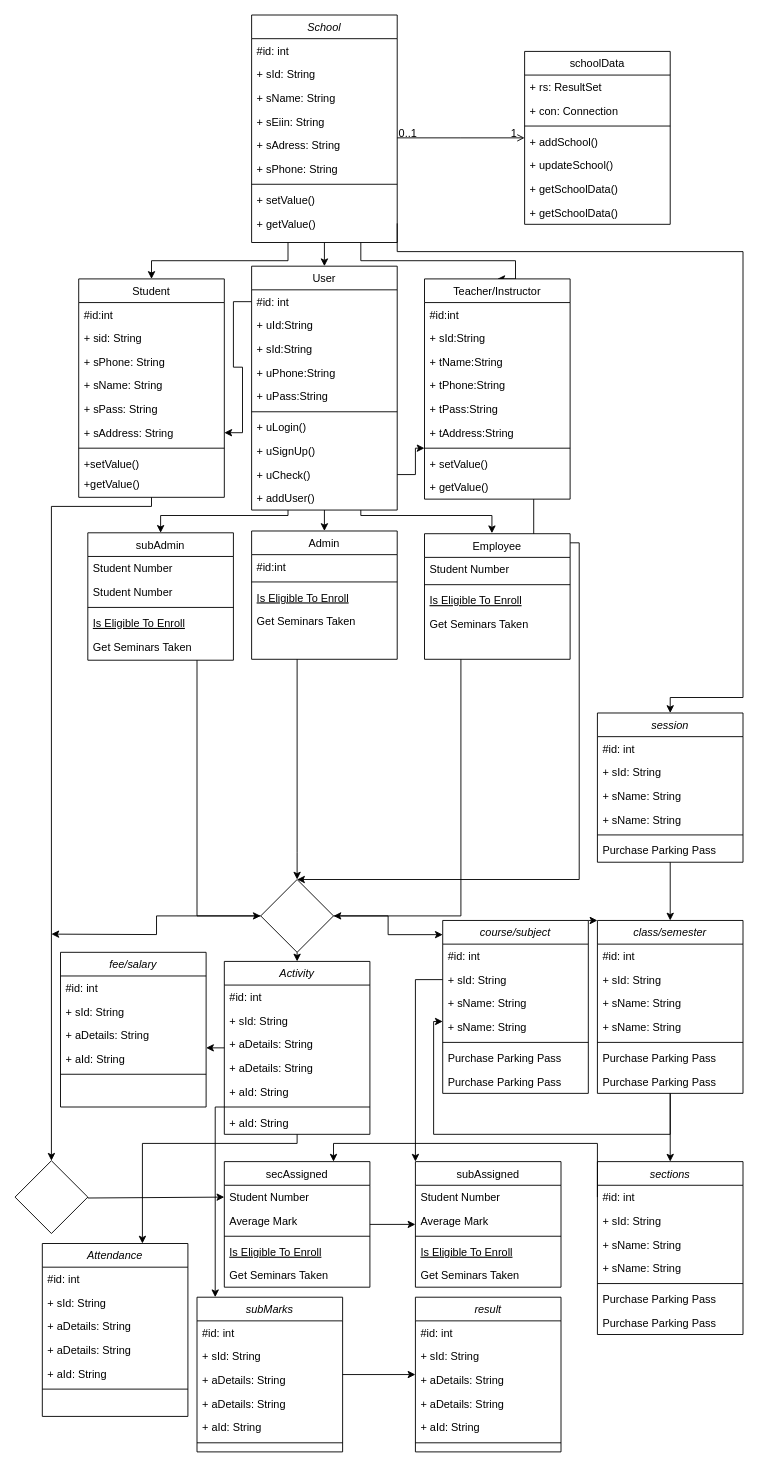
Before: Untitled Diagram.drawio in mffoysal/git-github, a draw.io diagram. Source tidied: cells renumbered, new cells numbered last; positions are measured from the earlier drawing's top-left corner, leaving out a move shared by most shapes. Both pictures are drawn from the tidied source at 91%, with x=0, y=0 at pixel (15, 15).
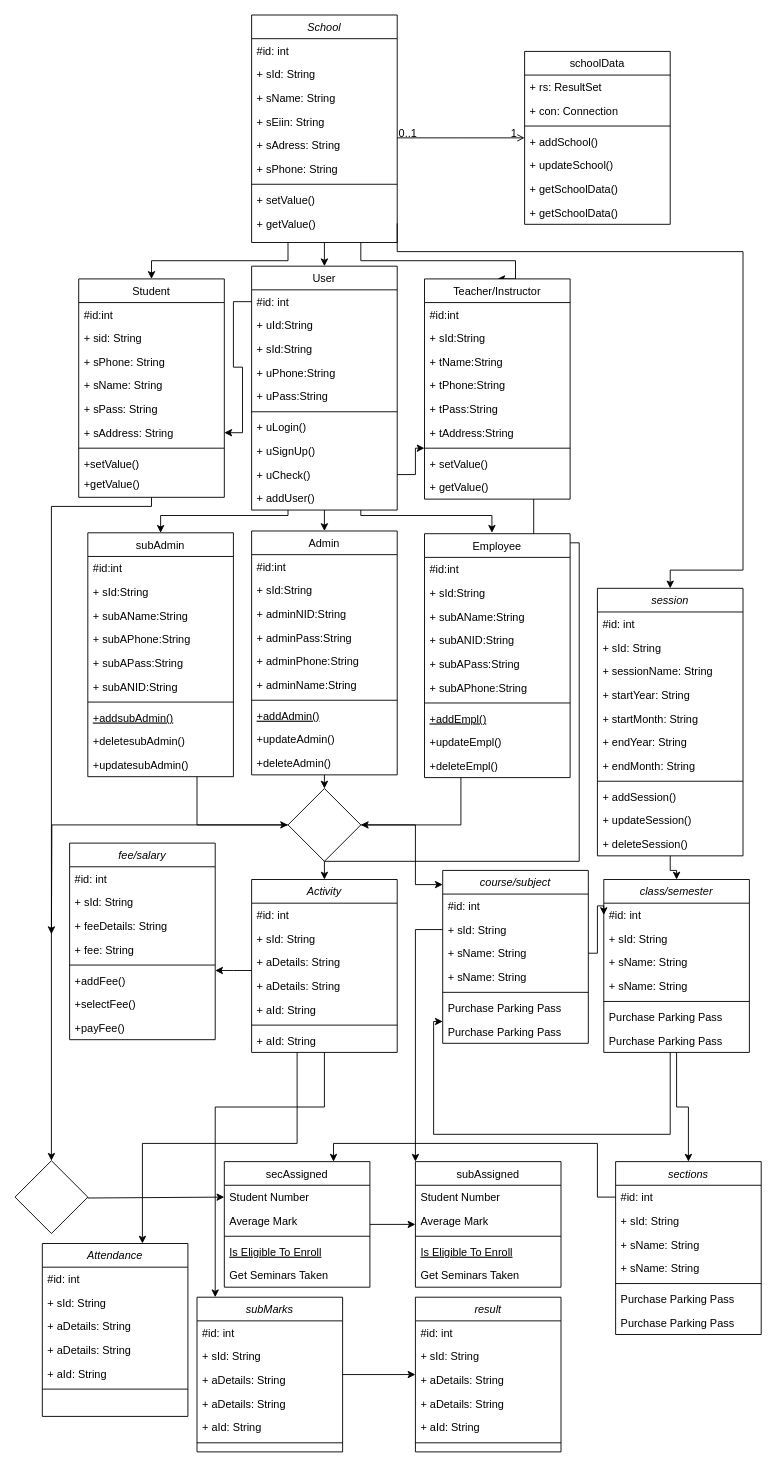
The same diagram, later.

Unchanged cells that the change refers to:
```xml
<mxCell id="14" value="+ getValue()" style="text;align=left;verticalAlign=top;spacingLeft=4;spacingRight=4;overflow=hidden;points=[[0,0.5],[1,0.5]];portConstraint=eastwest;" parent="5" vertex="1">
  <mxGeometry y="216" width="160" height="26" as="geometry" />
</mxCell>
<mxCell id="27" value="Teacher/Instructor" style="swimlane;fontStyle=0;align=center;verticalAlign=top;horizontal=1;startSize=26;rounded=0;shadow=0;strokeWidth=1;" parent="1" vertex="1">
  <mxGeometry x="450" y="290" width="160" height="242" as="geometry" />
</mxCell>
<mxCell id="92" value="#id: int&#10;" style="text;align=left;verticalAlign=top;spacingLeft=4;spacingRight=4;overflow=hidden;points=[[0,0.5],[1,0.5]];portConstraint=eastwest;" parent="91" vertex="1">
  <mxGeometry y="26" width="160" height="26" as="geometry" />
</mxCell>
<mxCell id="103" value="+ sName: String" style="text;align=left;verticalAlign=top;spacingLeft=4;spacingRight=4;overflow=hidden;points=[[0,0.5],[1,0.5]];portConstraint=eastwest;rounded=0;shadow=0;html=0;" parent="100" vertex="1">
  <mxGeometry y="78" width="160" height="26" as="geometry" />
</mxCell>
```

Diff of the diagram source:
```diff
@@
     <mxCell id="26" style="edgeStyle=orthogonalEdgeStyle;rounded=0;jettySize=auto;html=1;exitX=0.75;exitY=1;exitDx=0;exitDy=0;entryX=0.5;entryY=0;entryDx=0;entryDy=0;" parent="1" edge="1" source="27" target="147">
       <mxGeometry relative="1" as="geometry">
         <Array as="points">
           <mxPoint x="570" y="580" />
           <mxPoint x="620" y="580" />
-          <mxPoint x="620" y="950" />
+          <mxPoint x="620" y="930" />
+          <mxPoint x="340" y="930" />
         </Array>
       </mxGeometry>
     </mxCell>
@@
     <mxCell id="63" value="Employee" style="swimlane;fontStyle=0;align=center;verticalAlign=top;horizontal=1;startSize=26;rounded=0;shadow=0;strokeWidth=1;" parent="1" vertex="1">
-      <mxGeometry x="450" y="570" width="160" height="138" as="geometry" />
+      <mxGeometry x="450" y="570" width="160" height="268" as="geometry" />
     </mxCell>
-    <mxCell id="64" value="Student Number" style="text;align=left;verticalAlign=top;spacingLeft=4;spacingRight=4;overflow=hidden;" parent="63" vertex="1">
-      <mxGeometry y="26" width="160" height="26" as="geometry" />
-    </mxCell>
+    <mxCell id="179" value="#id:int" style="text;align=left;verticalAlign=top;spacingLeft=4;spacingRight=4;overflow=hidden;" parent="63" vertex="1">
+      <mxGeometry y="26" width="160" height="26" as="geometry" />
+    </mxCell>
+    <mxCell id="180" value="+ sId:String" style="text;align=left;verticalAlign=top;spacingLeft=4;spacingRight=4;overflow=hidden;" parent="63" vertex="1">
+      <mxGeometry y="52" width="160" height="26" as="geometry" />
+    </mxCell>
+    <mxCell id="181" value="+ subAName:String" style="text;align=left;verticalAlign=top;spacingLeft=4;spacingRight=4;overflow=hidden;" parent="63" vertex="1">
+      <mxGeometry y="78" width="160" height="26" as="geometry" />
+    </mxCell>
+    <mxCell id="182" value="+ subANID:String" style="text;align=left;verticalAlign=top;spacingLeft=4;spacingRight=4;overflow=hidden;" parent="63" vertex="1">
+      <mxGeometry y="104" width="160" height="26" as="geometry" />
+    </mxCell>
+    <mxCell id="183" value="+ subAPass:String" style="text;align=left;verticalAlign=top;spacingLeft=4;spacingRight=4;overflow=hidden;" parent="63" vertex="1">
+      <mxGeometry y="130" width="160" height="26" as="geometry" />
+    </mxCell>
+    <mxCell id="184" value="+ subAPhone:String" style="text;align=left;verticalAlign=top;spacingLeft=4;spacingRight=4;overflow=hidden;" parent="63" vertex="1">
+      <mxGeometry y="156" width="160" height="26" as="geometry" />
+    </mxCell>
     <mxCell id="65" style="line;html=1;strokeWidth=1;align=left;verticalAlign=middle;spacingTop=-1;spacingLeft=3;spacingRight=3;labelPosition=right;" parent="63" vertex="1">
-      <mxGeometry y="52" width="160" height="8" as="geometry" />
+      <mxGeometry y="182" width="160" height="8" as="geometry" />
     </mxCell>
-    <mxCell id="66" value="Is Eligible To Enroll" style="text;align=left;verticalAlign=top;spacingLeft=4;spacingRight=4;overflow=hidden;fontStyle=4;" parent="63" vertex="1">
-      <mxGeometry y="60" width="160" height="26" as="geometry" />
+    <mxCell id="66" value="+addEmpl()" style="text;align=left;verticalAlign=top;spacingLeft=4;spacingRight=4;overflow=hidden;fontStyle=4;" parent="63" vertex="1">
+      <mxGeometry y="190" width="160" height="26" as="geometry" />
     </mxCell>
-    <mxCell id="67" value="Get Seminars Taken" style="text;align=left;verticalAlign=top;spacingLeft=4;spacingRight=4;overflow=hidden;" parent="63" vertex="1">
-      <mxGeometry y="86" width="160" height="26" as="geometry" />
+    <mxCell id="67" value="+updateEmpl()" style="text;align=left;verticalAlign=top;spacingLeft=4;spacingRight=4;overflow=hidden;" parent="63" vertex="1">
+      <mxGeometry y="216" width="160" height="26" as="geometry" />
     </mxCell>
+    <mxCell id="185" value="+deleteEmpl()" style="text;align=left;verticalAlign=top;spacingLeft=4;spacingRight=4;overflow=hidden;" parent="63" vertex="1">
+      <mxGeometry y="242" width="160" height="26" as="geometry" />
+    </mxCell>
@@
     <mxCell id="69" value="subAdmin" style="swimlane;fontStyle=0;align=center;verticalAlign=top;horizontal=1;startSize=26;rounded=0;shadow=0;strokeWidth=1;" parent="1" vertex="1">
-      <mxGeometry x="80" y="569" width="160" height="140" as="geometry" />
+      <mxGeometry x="80" y="569" width="160" height="268" as="geometry" />
     </mxCell>
-    <mxCell id="70" value="Student Number" style="text;align=left;verticalAlign=top;spacingLeft=4;spacingRight=4;overflow=hidden;" parent="69" vertex="1">
+    <mxCell id="70" value="#id:int" style="text;align=left;verticalAlign=top;spacingLeft=4;spacingRight=4;overflow=hidden;" parent="69" vertex="1">
       <mxGeometry y="26" width="160" height="26" as="geometry" />
     </mxCell>
+    <mxCell id="186" value="+ sId:String" style="text;align=left;verticalAlign=top;spacingLeft=4;spacingRight=4;overflow=hidden;" parent="69" vertex="1">
+      <mxGeometry y="52" width="160" height="26" as="geometry" />
+    </mxCell>
+    <mxCell id="187" value="+ subAName:String" style="text;align=left;verticalAlign=top;spacingLeft=4;spacingRight=4;overflow=hidden;" parent="69" vertex="1">
+      <mxGeometry y="78" width="160" height="26" as="geometry" />
+    </mxCell>
+    <mxCell id="188" value="+ subAPhone:String" style="text;align=left;verticalAlign=top;spacingLeft=4;spacingRight=4;overflow=hidden;" parent="69" vertex="1">
+      <mxGeometry y="104" width="160" height="26" as="geometry" />
+    </mxCell>
+    <mxCell id="189" value="+ subAPass:String" style="text;align=left;verticalAlign=top;spacingLeft=4;spacingRight=4;overflow=hidden;" parent="69" vertex="1">
+      <mxGeometry y="130" width="160" height="26" as="geometry" />
+    </mxCell>
-    <mxCell id="71" value="Student Number" style="text;align=left;verticalAlign=top;spacingLeft=4;spacingRight=4;overflow=hidden;" parent="69" vertex="1">
-      <mxGeometry y="52" width="160" height="26" as="geometry" />
+    <mxCell id="71" value="+ subANID:String" style="text;align=left;verticalAlign=top;spacingLeft=4;spacingRight=4;overflow=hidden;" parent="69" vertex="1">
+      <mxGeometry y="156" width="160" height="26" as="geometry" />
     </mxCell>
     <mxCell id="72" style="line;html=1;strokeWidth=1;align=left;verticalAlign=middle;spacingTop=-1;spacingLeft=3;spacingRight=3;labelPosition=right;" parent="69" vertex="1">
-      <mxGeometry y="78" width="160" height="8" as="geometry" />
+      <mxGeometry y="182" width="160" height="8" as="geometry" />
     </mxCell>
-    <mxCell id="73" value="Is Eligible To Enroll" style="text;align=left;verticalAlign=top;spacingLeft=4;spacingRight=4;overflow=hidden;fontStyle=4;" parent="69" vertex="1">
-      <mxGeometry y="86" width="160" height="26" as="geometry" />
+    <mxCell id="73" value="+addsubAdmin()" style="text;align=left;verticalAlign=top;spacingLeft=4;spacingRight=4;overflow=hidden;fontStyle=4;" parent="69" vertex="1">
+      <mxGeometry y="190" width="160" height="26" as="geometry" />
     </mxCell>
+    <mxCell id="190" value="+deletesubAdmin()" style="text;align=left;verticalAlign=top;spacingLeft=4;spacingRight=4;overflow=hidden;" parent="69" vertex="1">
+      <mxGeometry y="216" width="160" height="26" as="geometry" />
+    </mxCell>
-    <mxCell id="74" value="Get Seminars Taken" style="text;align=left;verticalAlign=top;spacingLeft=4;spacingRight=4;overflow=hidden;" parent="69" vertex="1">
-      <mxGeometry y="112" width="160" height="26" as="geometry" />
+    <mxCell id="74" value="+updatesubAdmin()" style="text;align=left;verticalAlign=top;spacingLeft=4;spacingRight=4;overflow=hidden;" parent="69" vertex="1">
+      <mxGeometry y="242" width="160" height="26" as="geometry" />
     </mxCell>
@@
     <mxCell id="76" value="Admin" style="swimlane;fontStyle=0;align=center;verticalAlign=top;horizontal=1;startSize=26;rounded=0;shadow=0;strokeWidth=1;" parent="1" vertex="1">
-      <mxGeometry x="260" y="567" width="160" height="141" as="geometry" />
+      <mxGeometry x="260" y="567" width="160" height="268" as="geometry" />
     </mxCell>
@@
+    <mxCell id="191" value="+ sId:String" style="text;align=left;verticalAlign=top;spacingLeft=4;spacingRight=4;overflow=hidden;" parent="76" vertex="1">
+      <mxGeometry y="52" width="160" height="26" as="geometry" />
+    </mxCell>
+    <mxCell id="192" value="+ adminNID:String" style="text;align=left;verticalAlign=top;spacingLeft=4;spacingRight=4;overflow=hidden;" parent="76" vertex="1">
+      <mxGeometry y="78" width="160" height="26" as="geometry" />
+    </mxCell>
+    <mxCell id="193" value="+ adminPass:String" style="text;align=left;verticalAlign=top;spacingLeft=4;spacingRight=4;overflow=hidden;" parent="76" vertex="1">
+      <mxGeometry y="104" width="160" height="26" as="geometry" />
+    </mxCell>
+    <mxCell id="194" value="+ adminPhone:String" style="text;align=left;verticalAlign=top;spacingLeft=4;spacingRight=4;overflow=hidden;" parent="76" vertex="1">
+      <mxGeometry y="130" width="160" height="26" as="geometry" />
+    </mxCell>
+    <mxCell id="195" value="+ adminName:String" style="text;align=left;verticalAlign=top;spacingLeft=4;spacingRight=4;overflow=hidden;" parent="76" vertex="1">
+      <mxGeometry y="156" width="160" height="26" as="geometry" />
+    </mxCell>
     <mxCell id="78" style="line;html=1;strokeWidth=1;align=left;verticalAlign=middle;spacingTop=-1;spacingLeft=3;spacingRight=3;labelPosition=right;" parent="76" vertex="1">
-      <mxGeometry y="52" width="160" height="8" as="geometry" />
+      <mxGeometry y="182" width="160" height="8" as="geometry" />
     </mxCell>
-    <mxCell id="79" value="Is Eligible To Enroll" style="text;align=left;verticalAlign=top;spacingLeft=4;spacingRight=4;overflow=hidden;fontStyle=4;" parent="76" vertex="1">
-      <mxGeometry y="60" width="160" height="26" as="geometry" />
+    <mxCell id="79" value="+addAdmin()" style="text;align=left;verticalAlign=top;spacingLeft=4;spacingRight=4;overflow=hidden;fontStyle=4;" parent="76" vertex="1">
+      <mxGeometry y="190" width="160" height="26" as="geometry" />
     </mxCell>
+    <mxCell id="196" value="+updateAdmin()" style="text;align=left;verticalAlign=top;spacingLeft=4;spacingRight=4;overflow=hidden;" parent="76" vertex="1">
+      <mxGeometry y="216" width="160" height="26" as="geometry" />
+    </mxCell>
-    <mxCell id="80" value="Get Seminars Taken" style="text;align=left;verticalAlign=top;spacingLeft=4;spacingRight=4;overflow=hidden;" parent="76" vertex="1">
-      <mxGeometry y="86" width="160" height="26" as="geometry" />
+    <mxCell id="80" value="+deleteAdmin()" style="text;align=left;verticalAlign=top;spacingLeft=4;spacingRight=4;overflow=hidden;" parent="76" vertex="1">
+      <mxGeometry y="242" width="160" height="26" as="geometry" />
     </mxCell>
     <mxCell id="81" style="edgeStyle=orthogonalEdgeStyle;rounded=0;jettySize=auto;html=1;" parent="1" edge="1" source="82" target="91">
-      <mxGeometry relative="1" as="geometry" />
+      <mxGeometry relative="1" as="geometry">
+        <Array as="points">
+          <mxPoint x="720" y="940" />
+          <mxPoint x="727" y="940" />
+        </Array>
+      </mxGeometry>
     </mxCell>
     <mxCell id="82" value="session" style="swimlane;fontStyle=2;align=center;verticalAlign=top;horizontal=1;startSize=26;rounded=0;shadow=0;strokeWidth=1;" parent="1" vertex="1">
-      <mxGeometry x="640" y="767" width="160" height="164" as="geometry" />
+      <mxGeometry x="640" y="630" width="160" height="294" as="geometry" />
     </mxCell>
@@
-    <mxCell id="85" value="+ sName: String" style="text;align=left;verticalAlign=top;spacingLeft=4;spacingRight=4;overflow=hidden;rounded=0;shadow=0;html=0;" parent="82" vertex="1">
+    <mxCell id="85" value="+ sessionName: String" style="text;align=left;verticalAlign=top;spacingLeft=4;spacingRight=4;overflow=hidden;rounded=0;shadow=0;html=0;" parent="82" vertex="1">
       <mxGeometry y="78" width="160" height="26" as="geometry" />
     </mxCell>
+    <mxCell id="197" value="+ startYear: String" style="text;align=left;verticalAlign=top;spacingLeft=4;spacingRight=4;overflow=hidden;rounded=0;shadow=0;html=0;" parent="82" vertex="1">
+      <mxGeometry y="104" width="160" height="26" as="geometry" />
+    </mxCell>
+    <mxCell id="198" value="+ startMonth: String" style="text;align=left;verticalAlign=top;spacingLeft=4;spacingRight=4;overflow=hidden;rounded=0;shadow=0;html=0;" parent="82" vertex="1">
+      <mxGeometry y="130" width="160" height="26" as="geometry" />
+    </mxCell>
+    <mxCell id="199" value="+ endYear: String" style="text;align=left;verticalAlign=top;spacingLeft=4;spacingRight=4;overflow=hidden;rounded=0;shadow=0;html=0;" parent="82" vertex="1">
+      <mxGeometry y="156" width="160" height="26" as="geometry" />
+    </mxCell>
-    <mxCell id="86" value="+ sName: String" style="text;align=left;verticalAlign=top;spacingLeft=4;spacingRight=4;overflow=hidden;rounded=0;shadow=0;html=0;" parent="82" vertex="1">
-      <mxGeometry y="104" width="160" height="26" as="geometry" />
+    <mxCell id="86" value="+ endMonth: String" style="text;align=left;verticalAlign=top;spacingLeft=4;spacingRight=4;overflow=hidden;rounded=0;shadow=0;html=0;" parent="82" vertex="1">
+      <mxGeometry y="182" width="160" height="26" as="geometry" />
     </mxCell>
     <mxCell id="87" style="line;html=1;strokeWidth=1;align=left;verticalAlign=middle;spacingTop=-1;spacingLeft=3;spacingRight=3;labelPosition=right;" parent="82" vertex="1">
-      <mxGeometry y="130" width="160" height="8" as="geometry" />
+      <mxGeometry y="208" width="160" height="8" as="geometry" />
     </mxCell>
-    <mxCell id="88" value="Purchase Parking Pass" style="text;align=left;verticalAlign=top;spacingLeft=4;spacingRight=4;overflow=hidden;" parent="82" vertex="1">
-      <mxGeometry y="138" width="160" height="26" as="geometry" />
+    <mxCell id="88" value="+ addSession()" style="text;align=left;verticalAlign=top;spacingLeft=4;spacingRight=4;overflow=hidden;" parent="82" vertex="1">
+      <mxGeometry y="216" width="160" height="26" as="geometry" />
     </mxCell>
+    <mxCell id="200" value="+ updateSession()" style="text;align=left;verticalAlign=top;spacingLeft=4;spacingRight=4;overflow=hidden;" parent="82" vertex="1">
+      <mxGeometry y="242" width="160" height="26" as="geometry" />
+    </mxCell>
+    <mxCell id="201" value="+ deleteSession()" style="text;align=left;verticalAlign=top;spacingLeft=4;spacingRight=4;overflow=hidden;" parent="82" vertex="1">
+      <mxGeometry y="268" width="160" height="26" as="geometry" />
+    </mxCell>
@@
     <mxCell id="91" value="class/semester" style="swimlane;fontStyle=2;align=center;verticalAlign=top;horizontal=1;startSize=26;rounded=0;shadow=0;strokeWidth=1;" parent="1" vertex="1">
-      <mxGeometry x="640" y="995" width="160" height="190" as="geometry" />
+      <mxGeometry x="647" y="950" width="160" height="190" as="geometry" />
     </mxCell>
@@
-    <mxCell id="99" style="edgeStyle=orthogonalEdgeStyle;rounded=0;jettySize=auto;html=1;exitX=1;exitY=0;exitDx=0;exitDy=0;entryX=0;entryY=0;entryDx=0;entryDy=0;" parent="1" edge="1" source="100" target="91">
-      <mxGeometry relative="1" as="geometry" />
-    </mxCell>
     <mxCell id="100" value="course/subject" style="swimlane;fontStyle=2;align=center;verticalAlign=top;horizontal=1;startSize=26;rounded=0;shadow=0;strokeWidth=1;" parent="1" vertex="1">
-      <mxGeometry x="470" y="995" width="160" height="190" as="geometry" />
+      <mxGeometry x="470" y="940" width="160" height="190" as="geometry" />
     </mxCell>
@@
     <mxCell id="108" value="sections" style="swimlane;fontStyle=2;align=center;verticalAlign=top;horizontal=1;startSize=26;rounded=0;shadow=0;strokeWidth=1;" parent="1" vertex="1">
-      <mxGeometry x="640" y="1260" width="160" height="190" as="geometry" />
+      <mxGeometry x="660" y="1260" width="160" height="190" as="geometry" />
     </mxCell>
@@
     <mxCell id="116" style="edgeStyle=orthogonalEdgeStyle;rounded=0;jettySize=auto;html=1;" parent="1" edge="1" source="119" target="148">
       <mxGeometry relative="1" as="geometry">
         <Array as="points">
-          <mxPoint x="230" y="1080" />
-          <mxPoint x="230" y="1080" />
+          <mxPoint x="240" y="1050" />
+          <mxPoint x="240" y="1050" />
         </Array>
       </mxGeometry>
     </mxCell>
@@
     <mxCell id="119" value="Activity" style="swimlane;fontStyle=2;align=center;verticalAlign=top;horizontal=1;startSize=26;rounded=0;shadow=0;strokeWidth=1;" parent="1" vertex="1">
-      <mxGeometry x="230" y="1040" width="160" height="190" as="geometry" />
+      <mxGeometry x="260" y="950" width="160" height="190" as="geometry" />
     </mxCell>
@@
     <mxCell id="145" style="edgeStyle=orthogonalEdgeStyle;rounded=0;jettySize=auto;html=1;exitX=1;exitY=0.5;exitDx=0;exitDy=0;entryX=0;entryY=0.082;entryDx=0;entryDy=0;entryPerimeter=0;" parent="1" edge="1" source="147" target="100">
-      <mxGeometry relative="1" as="geometry" />
+      <mxGeometry relative="1" as="geometry">
+        <Array as="points">
+          <mxPoint x="440" y="890" />
+          <mxPoint x="440" y="956" />
+        </Array>
+      </mxGeometry>
     </mxCell>
@@
     <mxCell id="147" style="rhombus;whiteSpace=wrap;html=1;verticalAlign=top;fontStyle=0;startSize=26;rounded=0;shadow=0;strokeWidth=1;" parent="1" vertex="1">
-      <mxGeometry x="270" y="950" width="80" height="80" as="geometry" />
+      <mxGeometry x="300" y="850" width="80" height="80" as="geometry" />
     </mxCell>
     <mxCell id="148" value="fee/salary" style="swimlane;fontStyle=2;align=center;verticalAlign=top;horizontal=1;startSize=26;rounded=0;shadow=0;strokeWidth=1;" parent="1" vertex="1">
-      <mxGeometry x="50" y="1030" width="160" height="170" as="geometry" />
+      <mxGeometry x="60" y="910" width="160" height="216" as="geometry" />
     </mxCell>
@@
-    <mxCell id="151" value="+ aDetails: String" style="text;align=left;verticalAlign=top;spacingLeft=4;spacingRight=4;overflow=hidden;rounded=0;shadow=0;html=0;" parent="148" vertex="1">
+    <mxCell id="151" value="+ feeDetails: String" style="text;align=left;verticalAlign=top;spacingLeft=4;spacingRight=4;overflow=hidden;rounded=0;shadow=0;html=0;" parent="148" vertex="1">
       <mxGeometry y="78" width="160" height="26" as="geometry" />
     </mxCell>
-    <mxCell id="152" value="+ aId: String" style="text;align=left;verticalAlign=top;spacingLeft=4;spacingRight=4;overflow=hidden;rounded=0;shadow=0;html=0;" parent="148" vertex="1">
+    <mxCell id="152" value="+ fee: String" style="text;align=left;verticalAlign=top;spacingLeft=4;spacingRight=4;overflow=hidden;rounded=0;shadow=0;html=0;" parent="148" vertex="1">
       <mxGeometry y="104" width="160" height="26" as="geometry" />
     </mxCell>
@@
+    <mxCell id="202" value="+addFee()" style="text;align=left;verticalAlign=top;spacingLeft=4;spacingRight=4;overflow=hidden;rounded=0;shadow=0;html=0;" parent="148" vertex="1">
+      <mxGeometry y="138" width="160" height="26" as="geometry" />
+    </mxCell>
+    <mxCell id="203" value="+selectFee()" style="text;align=left;verticalAlign=top;spacingLeft=4;spacingRight=4;overflow=hidden;rounded=0;shadow=0;html=0;" parent="148" vertex="1">
+      <mxGeometry y="164" width="160" height="26" as="geometry" />
+    </mxCell>
+    <mxCell id="204" value="+payFee()" style="text;align=left;verticalAlign=top;spacingLeft=4;spacingRight=4;overflow=hidden;rounded=0;shadow=0;html=0;" parent="148" vertex="1">
+      <mxGeometry y="190" width="160" height="26" as="geometry" />
+    </mxCell>
@@
     <mxCell id="177" style="edgeStyle=orthogonalEdgeStyle;rounded=0;jettySize=auto;html=1;exitX=1;exitY=0.5;exitDx=0;exitDy=0;entryX=0.5;entryY=0;entryDx=0;entryDy=0;" parent="1" edge="1" source="14" target="82">
       <mxGeometry relative="1" as="geometry">
         <Array as="points">
           <mxPoint x="420" y="260" />
           <mxPoint x="800" y="260" />
-          <mxPoint x="800" y="750" />
-          <mxPoint x="720" y="750" />
+          <mxPoint x="800" y="610" />
+          <mxPoint x="720" y="610" />
         </Array>
       </mxGeometry>
     </mxCell>
@@
+    <mxCell id="205" style="edgeStyle=orthogonalEdgeStyle;rounded=0;jettySize=auto;html=1;exitX=1;exitY=0.5;exitDx=0;exitDy=0;entryX=0;entryY=0.5;entryDx=0;entryDy=0;" parent="1" edge="1" source="103" target="92">
+      <mxGeometry relative="1" as="geometry">
+        <Array as="points">
+          <mxPoint x="640" y="1031" />
+          <mxPoint x="640" y="979" />
+        </Array>
+      </mxGeometry>
+    </mxCell>
```
